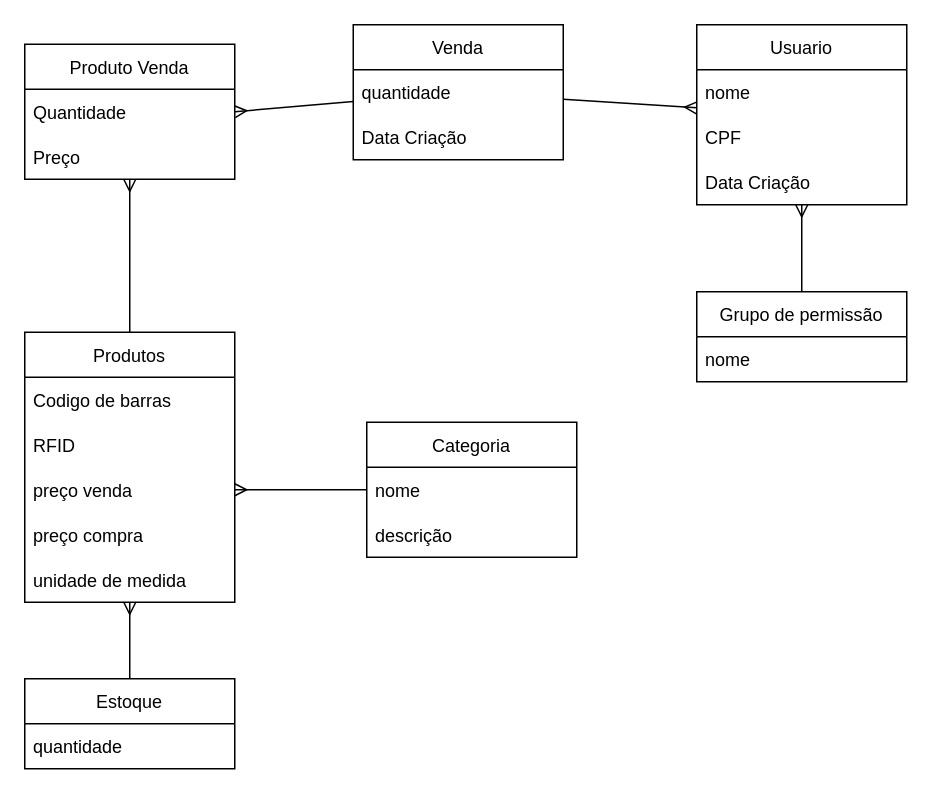
This is page "Class-Diagram" (1 of 4) of doc/class.drawio from SavioAraujoPagung/les, a draw.io file, before an edit. Source tidied: cells renumbered, new cells numbered last; positions are measured from the earlier drawing's top-left corner, leaving out a move shared by most shapes. Both pictures are drawn from the tidied source at 150%, with x=0, y=0 at pixel (24, 24).
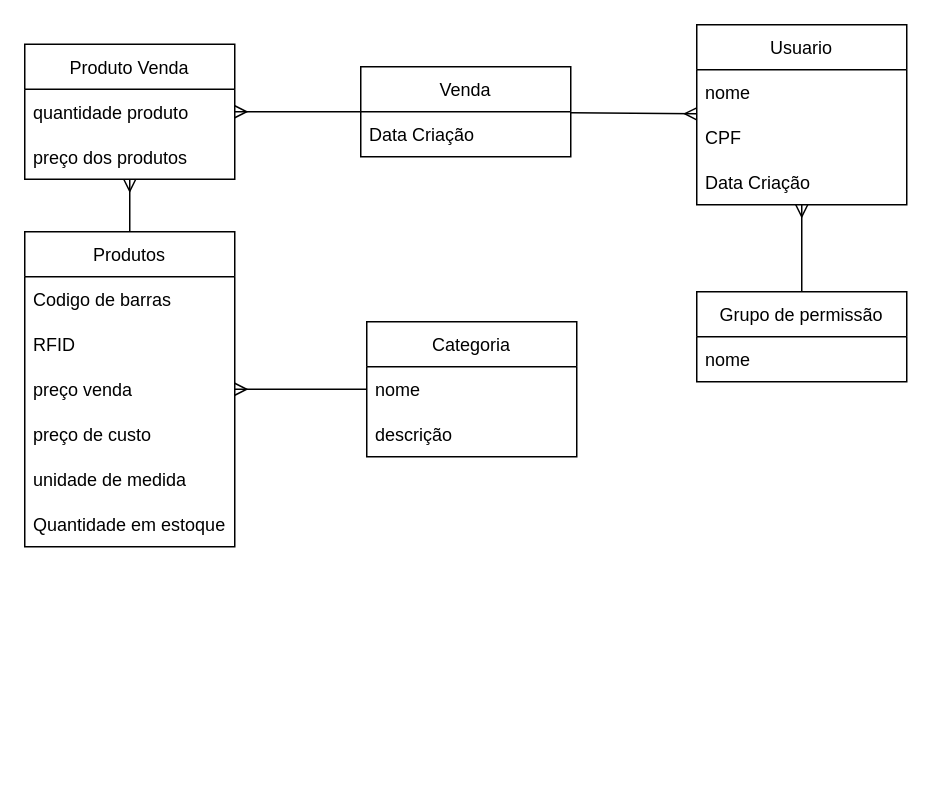
Above is the later version.

The change refers to these unchanged cells:
```xml
<mxCell id="15" value="unidade de medida" style="text;strokeColor=none;fillColor=none;align=left;verticalAlign=middle;spacingLeft=4;spacingRight=4;overflow=hidden;points=[[0,0.5],[1,0.5]];portConstraint=eastwest;" parent="10" vertex="1">
  <mxGeometry y="150" width="140" height="30" as="geometry" />
</mxCell>
<mxCell id="28" value="Produto Venda" style="swimlane;fontStyle=0;horizontal=1;startSize=30;" parent="1" vertex="1">
  <mxGeometry y="13" width="140" height="90" as="geometry" />
</mxCell>
```

Change to the diagram source:
```diff
@@
     <mxCell id="10" value="Produtos" style="swimlane;fontStyle=0;horizontal=1;startSize=30;" parent="1" vertex="1">
-      <mxGeometry y="205" width="140" height="180" as="geometry" />
+      <mxGeometry y="138" width="140" height="210" as="geometry" />
     </mxCell>
@@
-    <mxCell id="14" value="preço compra" style="text;strokeColor=none;fillColor=none;align=left;verticalAlign=middle;spacingLeft=4;spacingRight=4;overflow=hidden;" parent="10" vertex="1">
+    <mxCell id="14" value="preço de custo" style="text;strokeColor=none;fillColor=none;align=left;verticalAlign=middle;spacingLeft=4;spacingRight=4;overflow=hidden;" parent="10" vertex="1">
       <mxGeometry y="120" width="140" height="30" as="geometry" />
     </mxCell>
@@
-    <mxCell id="16" value="Estoque" style="swimlane;fontStyle=0;horizontal=1;startSize=30;" parent="1" vertex="1">
-      <mxGeometry y="436" width="140" height="60" as="geometry" />
-    </mxCell>
-    <mxCell id="17" value="quantidade" style="text;strokeColor=none;fillColor=none;align=left;verticalAlign=middle;spacingLeft=4;spacingRight=4;overflow=hidden;" parent="16" vertex="1">
-      <mxGeometry y="30" width="140" height="30" as="geometry" />
-    </mxCell>
+    <mxCell id="31" value="Quantidade em estoque" style="text;strokeColor=none;fillColor=none;align=left;verticalAlign=middle;spacingLeft=4;spacingRight=4;overflow=hidden;" parent="10" vertex="1">
+      <mxGeometry y="180" width="140" height="30" as="geometry" />
+    </mxCell>
     <mxCell id="18" value="Categoria" style="swimlane;fontStyle=0;horizontal=1;startSize=30;" parent="1" vertex="1">
-      <mxGeometry x="228" y="265" width="140" height="90" as="geometry" />
+      <mxGeometry x="228" y="198" width="140" height="90" as="geometry" />
     </mxCell>
@@
-    <mxCell id="22" style="edgeStyle=none;html=1;startArrow=ERmany;startFill=0;endArrow=none;endFill=0;" parent="1" edge="1" source="15" target="16">
-      <mxGeometry relative="1" as="geometry" />
-    </mxCell>
@@
     <mxCell id="24" value="Venda" style="swimlane;fontStyle=0;horizontal=1;startSize=30;" parent="1" vertex="1">
-      <mxGeometry x="219" width="140" height="90" as="geometry" />
+      <mxGeometry x="224" y="28" width="140" height="60" as="geometry" />
     </mxCell>
-    <mxCell id="25" value="quantidade" style="text;strokeColor=none;fillColor=none;align=left;verticalAlign=middle;spacingLeft=4;spacingRight=4;overflow=hidden;" parent="24" vertex="1">
-      <mxGeometry y="30" width="140" height="30" as="geometry" />
-    </mxCell>
     <mxCell id="26" value="Data Criação" style="text;strokeColor=none;fillColor=none;align=left;verticalAlign=middle;spacingLeft=4;spacingRight=4;overflow=hidden;" parent="24" vertex="1">
-      <mxGeometry y="60" width="140" height="30" as="geometry" />
+      <mxGeometry y="30" width="140" height="30" as="geometry" />
     </mxCell>
@@
-    <mxCell id="29" value="Quantidade" style="text;strokeColor=none;fillColor=none;align=left;verticalAlign=middle;spacingLeft=4;spacingRight=4;overflow=hidden;points=[[0,0.5],[1,0.5]];portConstraint=eastwest;" parent="28" vertex="1">
+    <mxCell id="29" value="quantidade produto" style="text;strokeColor=none;fillColor=none;align=left;verticalAlign=middle;spacingLeft=4;spacingRight=4;overflow=hidden;points=[[0,0.5],[1,0.5]];portConstraint=eastwest;" parent="28" vertex="1">
       <mxGeometry y="30" width="140" height="30" as="geometry" />
     </mxCell>
-    <mxCell id="30" value="Preço" style="text;strokeColor=none;fillColor=none;align=left;verticalAlign=middle;spacingLeft=4;spacingRight=4;overflow=hidden;" parent="28" vertex="1">
+    <mxCell id="30" value="preço dos produtos" style="text;strokeColor=none;fillColor=none;align=left;verticalAlign=middle;spacingLeft=4;spacingRight=4;overflow=hidden;" parent="28" vertex="1">
       <mxGeometry y="60" width="140" height="30" as="geometry" />
     </mxCell>
```
